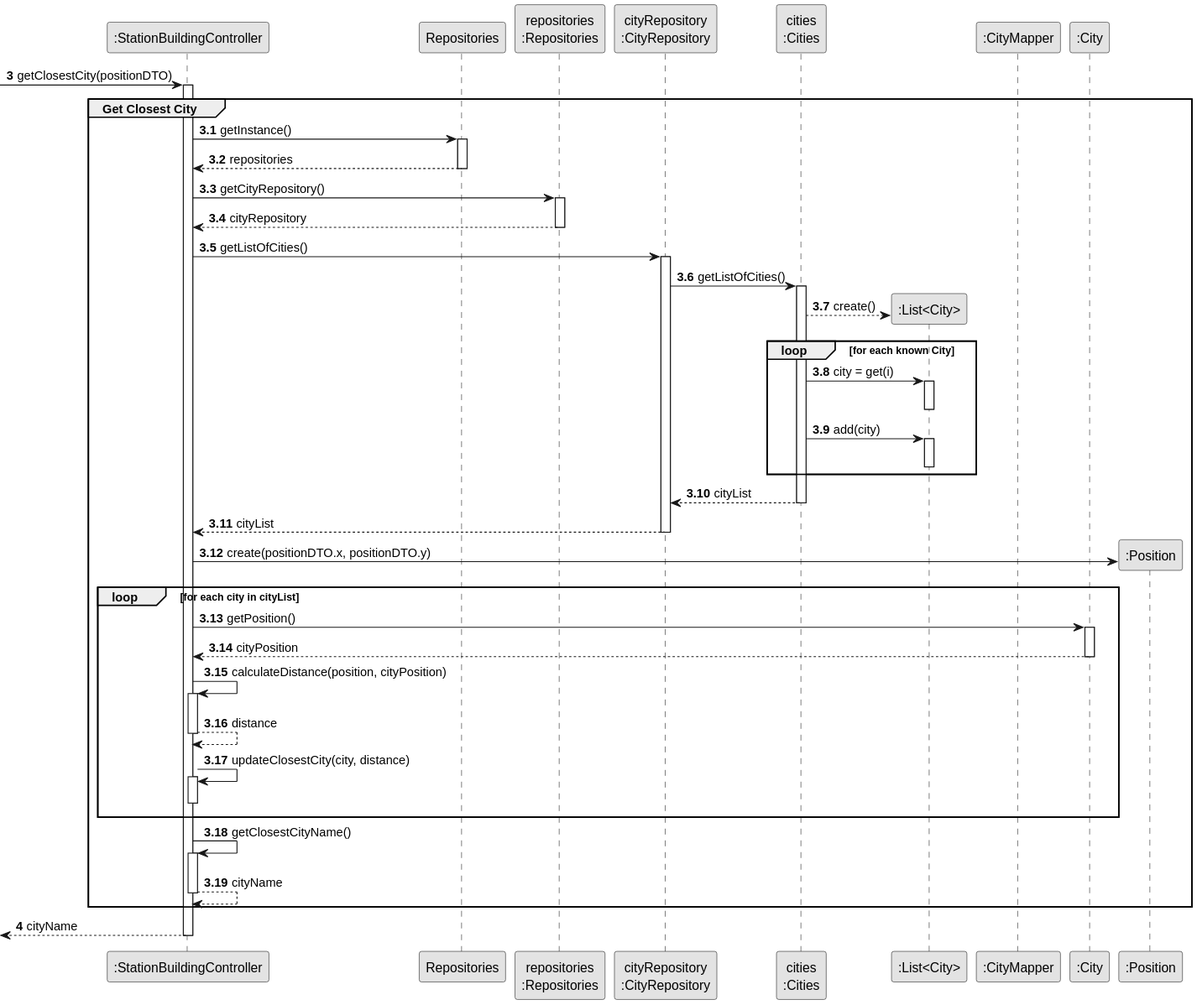
This is docs/system-documentation/Sprint 3/US05/03.design/svg/US05-SD-partial-Get-Closest-City.svg from HenriqueSilva18/Railway-Network-Simulator, a PlantUML export, as it was before one commit. Its diagram source:
```plantuml
@startuml
skinparam monochrome true
skinparam packageStyle rectangle
skinparam shadowing false

participant ":StationBuildingController" as CTRL
participant "Repositories" as REPOS
participant "repositories\n:Repositories" as REPOS_SINGLETON
participant "cityRepository\n:CityRepository" as CITY_REPO
participant "cities\n:Cities" as CITIES
participant ":List<City>" as CITY_LIST
participant ":CityMapper" as CITY_MAPPER
participant ":City" as CITY
participant ":Position" as POSITION

autonumber 3
-> CTRL: getClosestCity(positionDTO)

autonumber 3.1
activate CTRL
    group Get Closest City

        CTRL -> REPOS : getInstance()
        activate REPOS
            REPOS --> CTRL: repositories
        deactivate REPOS

        CTRL -> REPOS_SINGLETON: getCityRepository()
        activate REPOS_SINGLETON
            REPOS_SINGLETON --> CTRL: cityRepository
        deactivate REPOS_SINGLETON

        CTRL -> CITY_REPO: getListOfCities()
        activate CITY_REPO
            CITY_REPO -> CITIES: getListOfCities()
            activate CITIES
                CITIES --> CITY_LIST**: create()

                loop for each known City
                    CITIES -> CITY_LIST: city = get(i)
                    activate CITY_LIST
                        deactivate CITY_LIST

                    CITIES -> CITY_LIST: add(city)
                    activate CITY_LIST
                        deactivate CITY_LIST
                end

                CITIES --> CITY_REPO: cityList
            deactivate CITIES

            CITY_REPO --> CTRL: cityList
        deactivate CITY_REPO

        CTRL -> POSITION**: create(positionDTO.x, positionDTO.y)

        loop for each city in cityList
            CTRL -> CITY: getPosition()
            activate CITY
                CITY --> CTRL: cityPosition
            deactivate CITY

            CTRL -> CTRL: calculateDistance(position, cityPosition)
            activate CTRL
                CTRL --> CTRL: distance
            deactivate CTRL

            CTRL -> CTRL: updateClosestCity(city, distance)
            activate CTRL
                deactivate CTRL
        end

        CTRL -> CTRL: getClosestCityName()
        activate CTRL
            CTRL --> CTRL: cityName
        deactivate CTRL

    end

    autonumber 4
    <-- CTRL : cityName
deactivate CTRL
@enduml
```
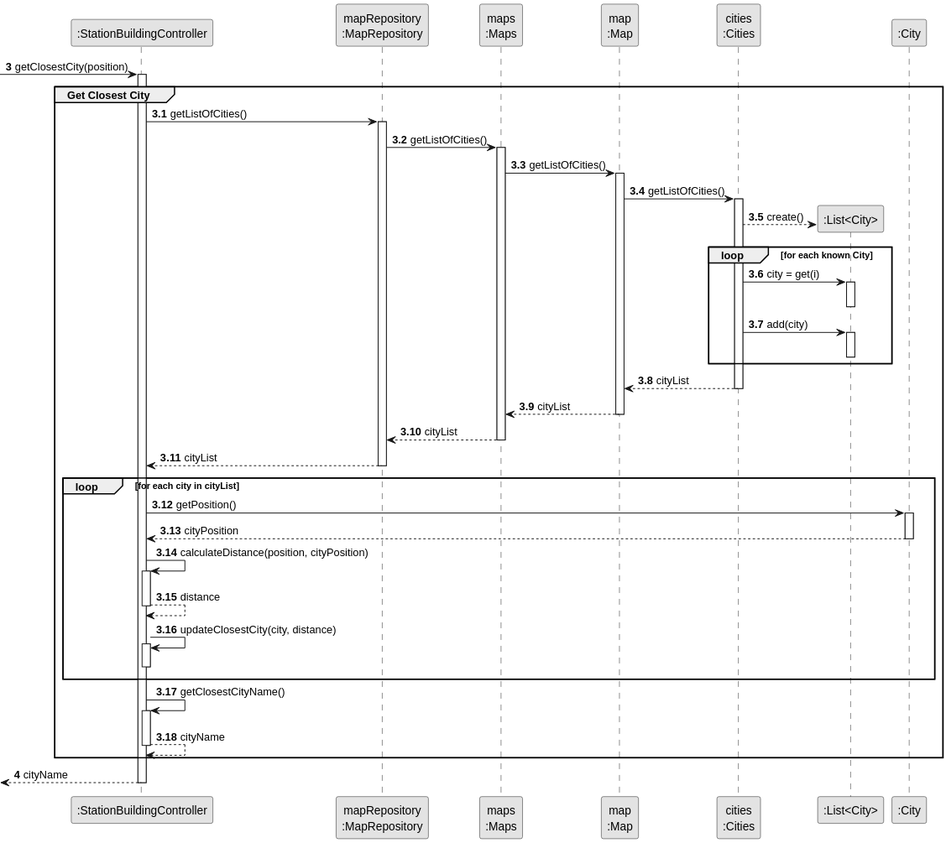
The same diagram one commit later.

The edit, as a diff of the source:
```diff
@@ -4,35 +4,28 @@
 skinparam shadowing false
 
 participant ":StationBuildingController" as CTRL
-participant "Repositories" as REPOS
-participant "repositories\n:Repositories" as REPOS_SINGLETON
-participant "cityRepository\n:CityRepository" as CITY_REPO
+
+participant "mapRepository\n:MapRepository" as MAP_REPO
+participant "maps\n:Maps" as MAPS
+participant "map\n:Map" as MAP
 participant "cities\n:Cities" as CITIES
 participant ":List<City>" as CITY_LIST
-participant ":CityMapper" as CITY_MAPPER
 participant ":City" as CITY
-participant ":Position" as POSITION
 
 autonumber 3
--> CTRL: getClosestCity(positionDTO)
+-> CTRL: getClosestCity(position)
 
 autonumber 3.1
 activate CTRL
     group Get Closest City
 
-        CTRL -> REPOS : getInstance()
-        activate REPOS
-            REPOS --> CTRL: repositories
-        deactivate REPOS
-
-        CTRL -> REPOS_SINGLETON: getCityRepository()
-        activate REPOS_SINGLETON
-            REPOS_SINGLETON --> CTRL: cityRepository
-        deactivate REPOS_SINGLETON
-
-        CTRL -> CITY_REPO: getListOfCities()
-        activate CITY_REPO
-            CITY_REPO -> CITIES: getListOfCities()
+        CTRL -> MAP_REPO: getListOfCities()
+        activate MAP_REPO
+            MAP_REPO -> MAPS: getListOfCities()
+            activate MAPS
+            MAPS -> MAP: getListOfCities()
+            activate MAP
+            MAP  -> CITIES: getListOfCities()
             activate CITIES
                 CITIES --> CITY_LIST**: create()
 
@@ -46,13 +39,15 @@
                         deactivate CITY_LIST
                 end
 
-                CITIES --> CITY_REPO: cityList
+                CITIES --> MAP: cityList
             deactivate CITIES
+            MAP --> MAPS: cityList
+            deactivate MAP
+            MAPS --> MAP_REPO: cityList
+        deactivate MAPS
 
-            CITY_REPO --> CTRL: cityList
-        deactivate CITY_REPO
-
-        CTRL -> POSITION**: create(positionDTO.x, positionDTO.y)
+            MAP_REPO --> CTRL: cityList
+        deactivate MAP_REPO
 
         loop for each city in cityList
             CTRL -> CITY: getPosition()
```
